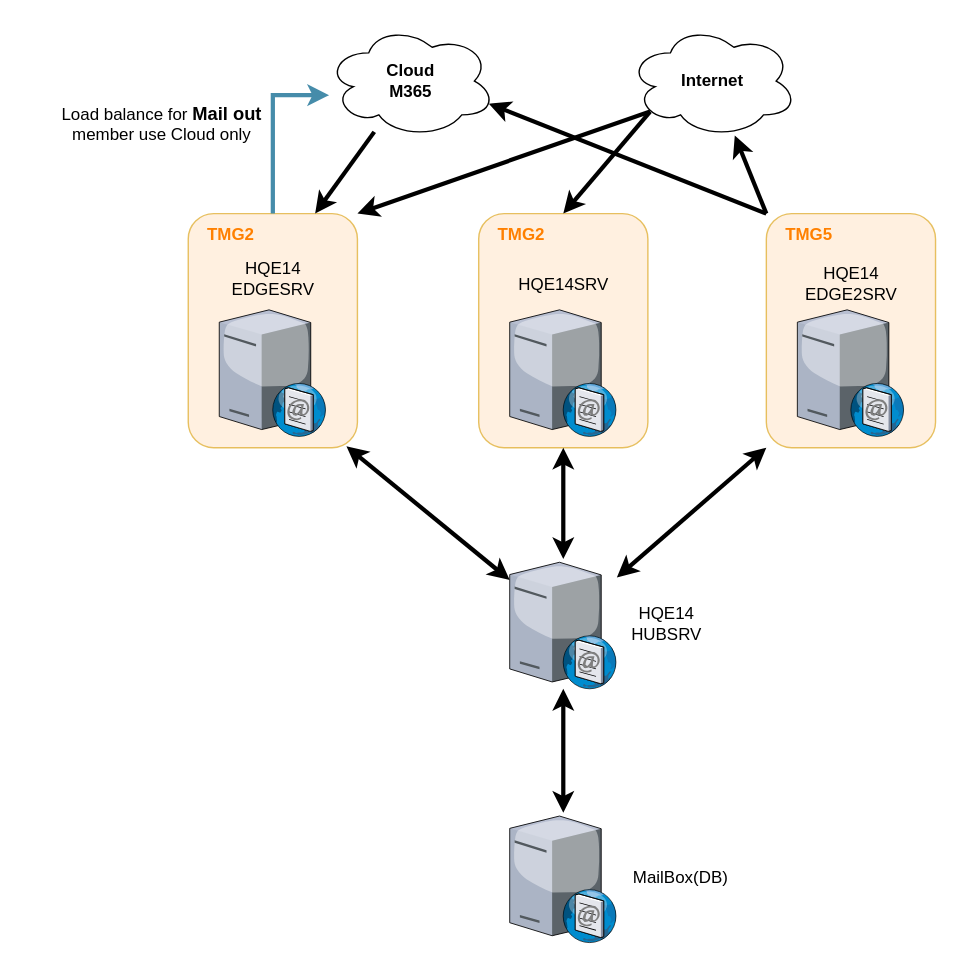
KevinKuo2519/AI-Prpgram keeps this draw.io diagram as HQ mail system.drawio. Above is the earlier version. Source tidied: cells renumbered, new cells numbered last; positions are measured from the earlier drawing's top-left corner, leaving out a move shared by most shapes. Both pictures are drawn from the tidied source at 141%, with x=0, y=0 at pixel (41, 24).
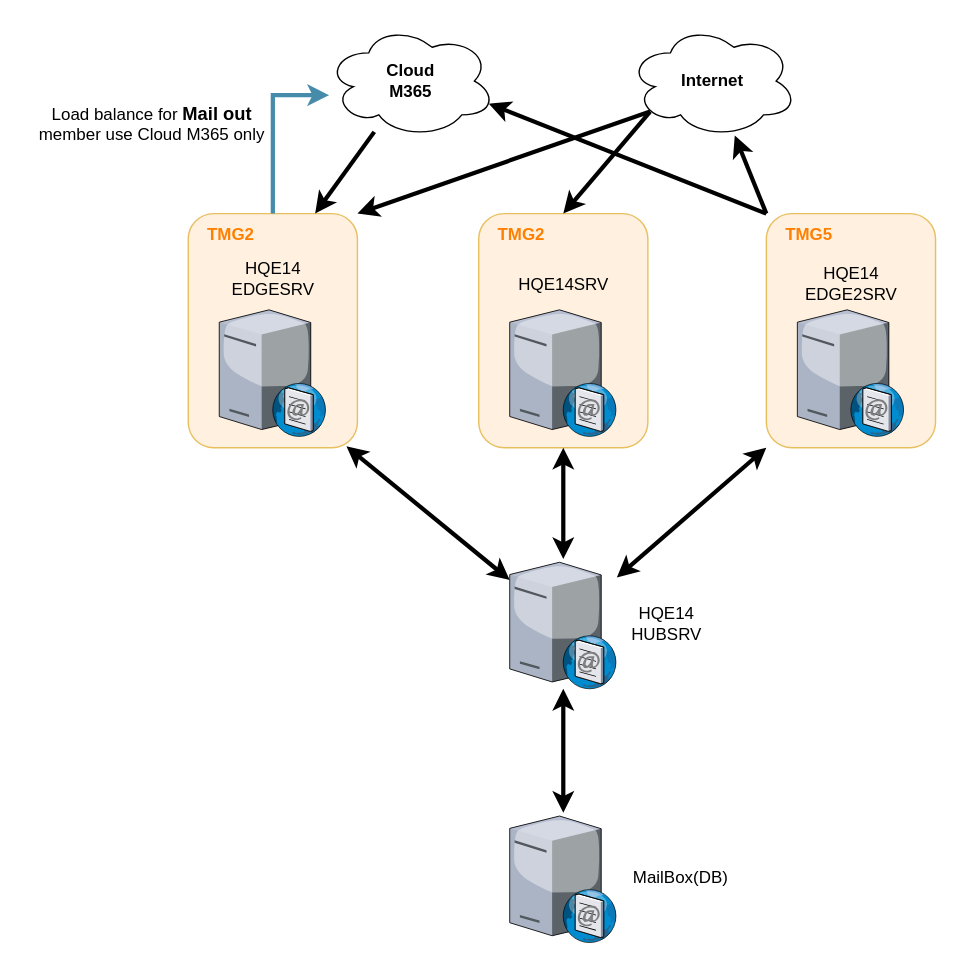
The same page after the edit.

The edit, as a diff of the source:
```diff
@@
-    <mxCell id="22" value="Load balance for &lt;b&gt;&lt;font style=&quot;font-size: 13px;&quot;&gt;Mail out&lt;/font&gt;&lt;/b&gt;&lt;br&gt;member use Cloud only" style="text;html=1;align=center;verticalAlign=middle;strokeColor=none;fillColor=none;" parent="1" vertex="1">
-      <mxGeometry y="50" width="170" height="40" as="geometry" />
+    <mxCell id="22" value="Load balance for &lt;b&gt;&lt;font style=&quot;font-size: 13px;&quot;&gt;Mail out&lt;/font&gt;&lt;/b&gt;&lt;br&gt;member use Cloud M365 only" style="text;html=1;align=center;verticalAlign=middle;strokeColor=none;fillColor=none;" parent="1" vertex="1">
+      <mxGeometry x="-12" y="50" width="180" height="40" as="geometry" />
     </mxCell>
```
